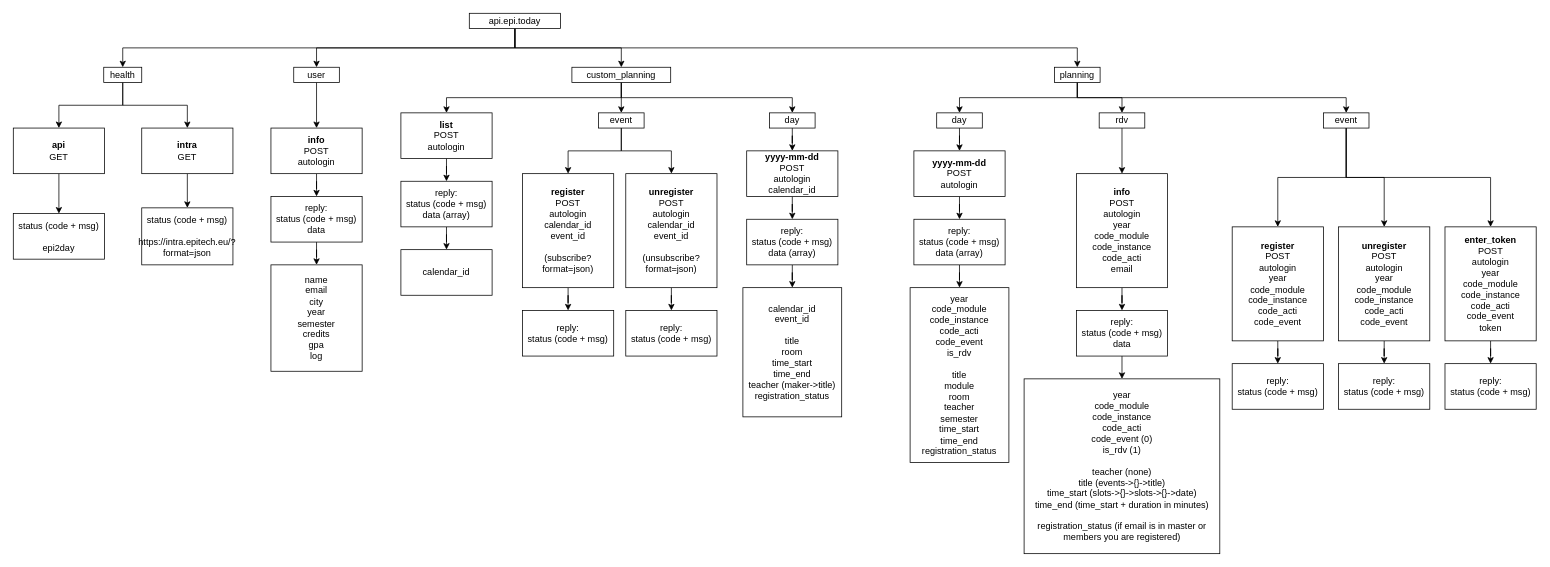
x4m3/api.epi.today keeps this draw.io diagram as api.epi.today.drawio. Above is the earlier version. Source tidied: cells renumbered, new cells numbered last; positions are measured from the earlier drawing's top-left corner, leaving out a move shared by most shapes. Both pictures are drawn from the tidied source at 76%, with x=0, y=0 at pixel (13, 13).
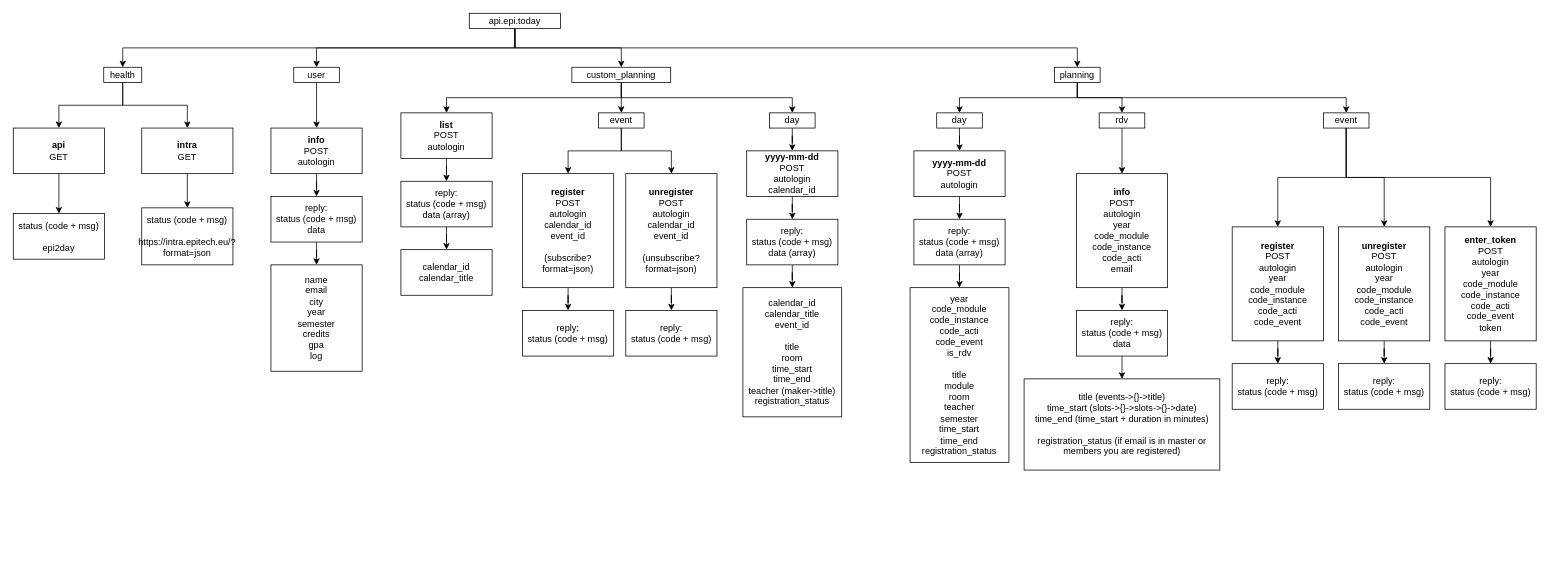
After the change.

Diff of the diagram source:
```diff
@@
-    <mxCell id="50" value="calendar_id&lt;br&gt;event_id&lt;br&gt;&lt;br&gt;title&lt;br&gt;room&lt;br&gt;time_start&lt;br&gt;time_end&lt;br&gt;teacher (maker-&amp;gt;title)&lt;br&gt;registration_status" style="rounded=0;whiteSpace=wrap;html=1;" parent="1" vertex="1">
+    <mxCell id="50" value="calendar_id&lt;br&gt;calendar_title&lt;br&gt;event_id&lt;br&gt;&lt;br&gt;title&lt;br&gt;room&lt;br&gt;time_start&lt;br&gt;time_end&lt;br&gt;teacher (maker-&amp;gt;title)&lt;br&gt;registration_status" style="rounded=0;whiteSpace=wrap;html=1;" parent="1" vertex="1">
       <mxGeometry x="960" y="361" width="130" height="170" as="geometry" />
     </mxCell>
@@
-    <mxCell id="68" value="calendar_id" style="rounded=0;whiteSpace=wrap;html=1;" parent="1" vertex="1">
+    <mxCell id="68" value="calendar_id&lt;br&gt;calendar_title" style="rounded=0;whiteSpace=wrap;html=1;" parent="1" vertex="1">
       <mxGeometry x="510" y="311" width="120" height="60" as="geometry" />
     </mxCell>
-    <mxCell id="69" value="year&lt;br&gt;code_module&lt;br&gt;code_instance&lt;br&gt;code_acti&lt;br&gt;code_event (0)&lt;br&gt;is_rdv (1)&lt;br&gt;&lt;br&gt;teacher (none)&lt;br&gt;title (events-&amp;gt;{}-&amp;gt;title)&lt;br&gt;time_start (slots-&amp;gt;{}-&amp;gt;slots-&amp;gt;{}-&amp;gt;date)&lt;br&gt;time_end (time_start + duration in minutes)&lt;br&gt;&lt;br&gt;registration_status (if email is in master or members you are registered)" style="rounded=0;whiteSpace=wrap;html=1;" parent="1" vertex="1">
-      <mxGeometry x="1330" y="481" width="257.5" height="230" as="geometry" />
+    <mxCell id="69" value="title (events-&amp;gt;{}-&amp;gt;title)&lt;br&gt;time_start (slots-&amp;gt;{}-&amp;gt;slots-&amp;gt;{}-&amp;gt;date)&lt;br&gt;time_end (time_start + duration in minutes)&lt;br&gt;&lt;br&gt;registration_status (if email is in master or members you are registered)" style="rounded=0;whiteSpace=wrap;html=1;" parent="1" vertex="1">
+      <mxGeometry x="1330" y="481" width="257.5" height="120" as="geometry" />
     </mxCell>
```
